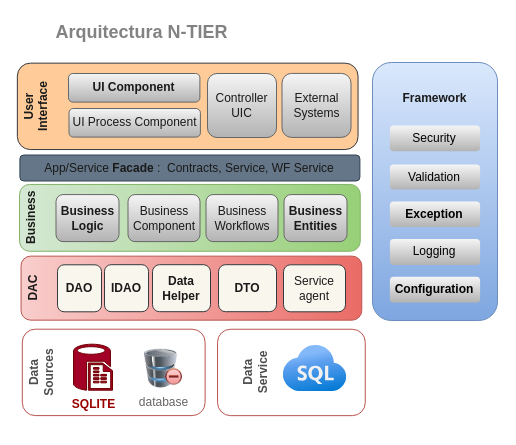
Earlier version of the draw.io diagram Design/DiagramaArq.drawio (JonathanGuaman2004/ExamenSegundoBimestre). Source tidied: cells renumbered, new cells numbered last; positions are measured from the earlier drawing's top-left corner, leaving out a move shared by most shapes. Both pictures are drawn from the tidied source at 100%, with x=0, y=0 at pixel (19, -64).
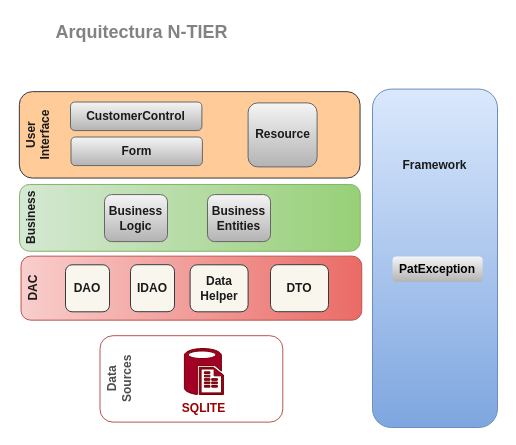
The same diagram, later.

Diff of the diagram source:
```diff
@@
     <mxCell id="3" value="&lt;font color=&quot;#1a1a1a&quot;&gt;&lt;b&gt;DAO&lt;/b&gt;&lt;br&gt;&lt;/font&gt;" style="rounded=1;whiteSpace=wrap;html=1;fillColor=#f9f7ed;strokeColor=#36393d;" parent="1" vertex="1">
-      <mxGeometry x="38" y="328.3" width="44" height="47" as="geometry" />
+      <mxGeometry x="46" y="328.3" width="44" height="47" as="geometry" />
     </mxCell>
@@
     <mxCell id="5" value="&lt;font color=&quot;#1a1a1a&quot;&gt;&lt;b&gt;Data Helper&lt;/b&gt;&lt;br&gt;&lt;/font&gt;" style="rounded=1;whiteSpace=wrap;html=1;fillColor=#f9f7ed;strokeColor=#36393d;" parent="1" vertex="1">
-      <mxGeometry x="133" y="328.2" width="58" height="47" as="geometry" />
+      <mxGeometry x="170.6" y="328.3" width="58" height="47" as="geometry" />
     </mxCell>
-    <mxCell id="6" value="&lt;font color=&quot;#1a1a1a&quot;&gt;Service agent&lt;br&gt;&lt;/font&gt;" style="rounded=1;whiteSpace=wrap;html=1;fillColor=#f9f7ed;strokeColor=#36393d;" parent="1" vertex="1">
-      <mxGeometry x="264" y="328.3" width="62" height="47" as="geometry" />
-    </mxCell>
     <mxCell id="7" value="&lt;font color=&quot;#1a1a1a&quot;&gt;&lt;b&gt;Framework&lt;/b&gt;&lt;br&gt;&lt;br&gt;&lt;br&gt;&lt;br&gt;&lt;br&gt;&lt;br&gt;&lt;br&gt;&lt;br&gt;&lt;br&gt;&lt;br&gt;&lt;br&gt;&lt;br&gt;&lt;br&gt;&lt;br&gt;&lt;/font&gt;" style="rounded=1;whiteSpace=wrap;html=1;fillColor=#dae8fc;strokeColor=#6c8ebf;gradientColor=#7ea6e0;" parent="1" vertex="1">
-      <mxGeometry x="353" y="126" width="125" height="258" as="geometry" />
+      <mxGeometry x="353" y="152.6" width="125" height="338.4" as="geometry" />
     </mxCell>
-    <mxCell id="8" value="&lt;span style=&quot;&quot;&gt;&lt;font color=&quot;#000000&quot;&gt;Validation&lt;/font&gt;&lt;/span&gt;" style="rounded=1;whiteSpace=wrap;html=1;fillColor=#f5f5f5;strokeColor=none;gradientColor=#b3b3b3;" parent="1" vertex="1">
-      <mxGeometry x="370.4" y="228" width="90.2" height="25.1" as="geometry" />
-    </mxCell>
-    <mxCell id="9" value="&lt;span style=&quot;&quot;&gt;&lt;font color=&quot;#000000&quot;&gt;Security&lt;/font&gt;&lt;/span&gt;" style="rounded=1;whiteSpace=wrap;html=1;fillColor=#f5f5f5;strokeColor=none;gradientColor=#b3b3b3;" parent="1" vertex="1">
-      <mxGeometry x="370.4" y="189" width="90.2" height="25.7" as="geometry" />
-    </mxCell>
-    <mxCell id="10" value="&lt;span style=&quot;&quot;&gt;&lt;font color=&quot;#000000&quot;&gt;Logging&lt;/font&gt;&lt;/span&gt;" style="rounded=1;whiteSpace=wrap;html=1;fillColor=#f5f5f5;strokeColor=none;gradientColor=#b3b3b3;" parent="1" vertex="1">
-      <mxGeometry x="370.4" y="302.4" width="90.2" height="26" as="geometry" />
-    </mxCell>
-    <mxCell id="11" value="&lt;span style=&quot;&quot;&gt;&lt;font color=&quot;#000000&quot;&gt;&lt;b&gt;Exception&lt;/b&gt;&lt;/font&gt;&lt;/span&gt;" style="rounded=1;whiteSpace=wrap;html=1;fillColor=#f5f5f5;strokeColor=none;gradientColor=#b3b3b3;" parent="1" vertex="1">
-      <mxGeometry x="370.4" y="265" width="90.2" height="25.6" as="geometry" />
+    <mxCell id="11" value="&lt;span style=&quot;&quot;&gt;&lt;font color=&quot;#000000&quot;&gt;&lt;b&gt;PatException&lt;/b&gt;&lt;/font&gt;&lt;/span&gt;" style="rounded=1;whiteSpace=wrap;html=1;fillColor=#f5f5f5;strokeColor=none;gradientColor=#b3b3b3;" parent="1" vertex="1">
+      <mxGeometry x="373" y="320" width="90.2" height="25.6" as="geometry" />
     </mxCell>
-    <mxCell id="12" value="&lt;div style=&quot;&quot;&gt;&lt;font color=&quot;#000000&quot;&gt;&lt;b&gt;Configuration&lt;/b&gt;&lt;/font&gt;&lt;/div&gt;" style="rounded=1;whiteSpace=wrap;html=1;fillColor=#f5f5f5;strokeColor=none;gradientColor=#b3b3b3;" parent="1" vertex="1">
-      <mxGeometry x="370.4" y="340.2" width="90.2" height="25.8" as="geometry" />
-    </mxCell>
@@
     <mxCell id="14" value="&lt;span style=&quot;color: rgb(26, 26, 26);&quot;&gt;&lt;b&gt;Business Logic&lt;/b&gt;&lt;/span&gt;" style="rounded=1;whiteSpace=wrap;html=1;fillColor=#f5f5f5;strokeColor=#666666;gradientColor=#b3b3b3;" parent="1" vertex="1">
-      <mxGeometry x="36.5" y="258.1" width="63" height="47" as="geometry" />
+      <mxGeometry x="85" y="258.1" width="63" height="47" as="geometry" />
     </mxCell>
     <mxCell id="15" value="&lt;font color=&quot;#1a1a1a&quot;&gt;&lt;b&gt;Business Entities&lt;/b&gt;&lt;/font&gt;" style="rounded=1;whiteSpace=wrap;html=1;fillColor=#f5f5f5;strokeColor=#666666;gradientColor=#b3b3b3;" parent="1" vertex="1">
-      <mxGeometry x="264.5" y="258.1" width="63" height="47" as="geometry" />
+      <mxGeometry x="188" y="258.1" width="63" height="47" as="geometry" />
     </mxCell>
-    <mxCell id="16" value="&lt;font color=&quot;#1a1a1a&quot;&gt;Business Component&lt;/font&gt;" style="rounded=1;whiteSpace=wrap;html=1;fillColor=#f5f5f5;strokeColor=#666666;gradientColor=#b3b3b3;" parent="1" vertex="1">
-      <mxGeometry x="108.5" y="258.1" width="72" height="47" as="geometry" />
-    </mxCell>
-    <mxCell id="17" value="&lt;font color=&quot;#1a1a1a&quot;&gt;Business Workflows&lt;/font&gt;" style="rounded=1;whiteSpace=wrap;html=1;fillColor=#f5f5f5;strokeColor=#666666;gradientColor=#b3b3b3;" parent="1" vertex="1">
-      <mxGeometry x="186.5" y="258.1" width="72" height="47" as="geometry" />
-    </mxCell>
-    <mxCell id="18" value="&lt;font color=&quot;#1a1a1a&quot;&gt;App/Service &lt;b&gt;Facade &lt;/b&gt;:&amp;nbsp; Contracts, Service, WF Service&lt;/font&gt;" style="rounded=1;whiteSpace=wrap;html=1;fillColor=#647687;strokeColor=#314354;fontColor=#ffffff;" parent="1" vertex="1">
-      <mxGeometry x="0.4" y="218.5" width="340" height="26" as="geometry" />
-    </mxCell>
     <mxCell id="19" value="&lt;b style=&quot;&quot;&gt;&lt;font color=&quot;#4d4d4d&quot;&gt;Data&lt;br&gt;Sources&lt;br&gt;&lt;br&gt;&lt;br&gt;&lt;br&gt;&lt;br&gt;&lt;br&gt;&lt;br&gt;&lt;br&gt;&lt;br&gt;&lt;br&gt;&lt;/font&gt;&lt;br&gt;&lt;/b&gt;" style="rounded=1;whiteSpace=wrap;html=1;fillColor=none;strokeColor=#b85450;rotation=-90;gradientColor=#ea6b66;" parent="1" vertex="1">
-      <mxGeometry x="51" y="344.5" width="86.4" height="182.8" as="geometry" />
+      <mxGeometry x="128.7" y="351" width="86.4" height="182.8" as="geometry" />
     </mxCell>
-    <mxCell id="20" value="&lt;b style=&quot;&quot;&gt;&lt;font color=&quot;#4d4d4d&quot;&gt;Data&lt;br&gt;Service&lt;br&gt;&lt;br&gt;&lt;br&gt;&lt;br&gt;&lt;br&gt;&lt;/font&gt;&lt;br&gt;&lt;/b&gt;" style="rounded=1;whiteSpace=wrap;html=1;fillColor=none;strokeColor=#b85450;rotation=-90;gradientColor=#ea6b66;" parent="1" vertex="1">
-      <mxGeometry x="228.7" y="362.1" width="86.4" height="147.7" as="geometry" />
-    </mxCell>
     <mxCell id="21" value="&lt;font color=&quot;#1a1a1a&quot;&gt;&lt;b&gt;User&lt;br&gt;Interface&lt;br&gt;&lt;br&gt;&lt;br&gt;&lt;br&gt;&lt;br&gt;&lt;br&gt;&lt;br&gt;&lt;br&gt;&lt;br&gt;&lt;br&gt;&lt;br&gt;&lt;br&gt;&lt;br&gt;&lt;br&gt;&lt;br&gt;&lt;br&gt;&lt;br&gt;&lt;br&gt;&lt;br&gt;&lt;br&gt;&lt;br&gt;&lt;/b&gt;&lt;br&gt;&lt;/font&gt;" style="rounded=1;whiteSpace=wrap;html=1;fillColor=#ffcc99;strokeColor=#36393d;rotation=-90;" parent="1" vertex="1">
-      <mxGeometry x="125" y="-0.5" width="86.4" height="340.7" as="geometry" />
+      <mxGeometry x="127" y="28" width="86.4" height="340.7" as="geometry" />
     </mxCell>
-    <mxCell id="22" value="&lt;span style=&quot;color: rgb(26, 26, 26);&quot;&gt;UI Process Component&lt;/span&gt;" style="rounded=1;whiteSpace=wrap;html=1;fillColor=#f5f5f5;strokeColor=#666666;gradientColor=#b3b3b3;" parent="1" vertex="1">
-      <mxGeometry x="49.5" y="172" width="131.4" height="28.6" as="geometry" />
+    <mxCell id="22" value="&lt;b style=&quot;border-color: var(--border-color); color: rgb(26, 26, 26);&quot;&gt;Form&lt;/b&gt;" style="rounded=1;whiteSpace=wrap;html=1;fillColor=#f5f5f5;strokeColor=#666666;gradientColor=#b3b3b3;" parent="1" vertex="1">
+      <mxGeometry x="51.5" y="200.5" width="131.4" height="28.6" as="geometry" />
     </mxCell>
-    <mxCell id="23" value="&lt;span style=&quot;color: rgb(26, 26, 26);&quot;&gt;&lt;b&gt;UI Component&lt;/b&gt;&lt;/span&gt;" style="rounded=1;whiteSpace=wrap;html=1;fillColor=#f5f5f5;strokeColor=#666666;gradientColor=#b3b3b3;" parent="1" vertex="1">
-      <mxGeometry x="49" y="137" width="131.4" height="28.6" as="geometry" />
+    <mxCell id="23" value="&lt;span style=&quot;color: rgb(26, 26, 26);&quot;&gt;&lt;b&gt;CustomerControl&lt;/b&gt;&lt;/span&gt;" style="rounded=1;whiteSpace=wrap;html=1;fillColor=#f5f5f5;strokeColor=#666666;gradientColor=#b3b3b3;" parent="1" vertex="1">
+      <mxGeometry x="51" y="165.5" width="131.4" height="28.6" as="geometry" />
     </mxCell>
-    <mxCell id="24" value="&lt;span style=&quot;color: rgb(26, 26, 26);&quot;&gt;Controller&lt;br&gt;UIC&lt;br&gt;&lt;/span&gt;" style="rounded=1;whiteSpace=wrap;html=1;fillColor=#f5f5f5;strokeColor=#666666;gradientColor=#b3b3b3;" parent="1" vertex="1">
-      <mxGeometry x="188" y="137" width="69" height="64" as="geometry" />
+    <mxCell id="24" value="&lt;b style=&quot;border-color: var(--border-color); color: rgb(26, 26, 26);&quot;&gt;Resource&lt;/b&gt;&lt;span style=&quot;color: rgb(26, 26, 26);&quot;&gt;&lt;br&gt;&lt;/span&gt;" style="rounded=1;whiteSpace=wrap;html=1;fillColor=#f5f5f5;strokeColor=#666666;gradientColor=#b3b3b3;" parent="1" vertex="1">
+      <mxGeometry x="228.6" y="166.4" width="69" height="64" as="geometry" />
     </mxCell>
-    <mxCell id="25" value="&lt;span style=&quot;color: rgb(26, 26, 26);&quot;&gt;External&lt;br&gt;Systems&lt;br&gt;&lt;/span&gt;" style="rounded=1;whiteSpace=wrap;html=1;fillColor=#f5f5f5;strokeColor=#666666;gradientColor=#b3b3b3;" parent="1" vertex="1">
-      <mxGeometry x="262.5" y="136.9" width="69" height="64" as="geometry" />
-    </mxCell>
     <mxCell id="26" value="&lt;b&gt;&lt;font color=&quot;#990000&quot;&gt;SQLITE&lt;/font&gt;&lt;/b&gt;" style="verticalLabelPosition=bottom;html=1;verticalAlign=top;align=center;strokeColor=#6F0000;fillColor=#a20025;shape=mxgraph.azure.sql_reporting;fontColor=#ffffff;" parent="1" vertex="1">
-      <mxGeometry x="54" y="407.7" width="39" height="46" as="geometry" />
+      <mxGeometry x="164.9" y="412" width="39" height="46" as="geometry" />
     </mxCell>
-    <mxCell id="27" value="&lt;font color=&quot;#666666&quot;&gt;database&lt;/font&gt;" style="image;html=1;image=img/lib/clip_art/computers/Database_Minus_128x128.png;strokeColor=default;fontColor=#FFFFFF;fillColor=none;" parent="1" vertex="1">
-      <mxGeometry x="125" y="412.4" width="38" height="39.3" as="geometry" />
-    </mxCell>
-    <mxCell id="28" style="html=1;align=center;image;fontSize=12;image=img/lib/azure2/databases/Azure_SQL.svg;strokeColor=default;fontColor=#FFFFFF;fillColor=none;" parent="1" vertex="1">
-      <mxGeometry x="263.5" y="409.1" width="64" height="46" as="geometry" />
-    </mxCell>
     <mxCell id="29" value="&lt;font color=&quot;#1a1a1a&quot;&gt;&lt;b&gt;DTO&lt;/b&gt;&lt;br&gt;&lt;/font&gt;" style="rounded=1;whiteSpace=wrap;html=1;fillColor=#f9f7ed;strokeColor=#36393d;" parent="1" vertex="1">
-      <mxGeometry x="199" y="328.2" width="58" height="47" as="geometry" />
+      <mxGeometry x="251" y="328.2" width="58" height="47" as="geometry" />
     </mxCell>
     <mxCell id="30" value="&lt;font color=&quot;#1a1a1a&quot;&gt;&lt;b&gt;IDAO&lt;/b&gt;&lt;br&gt;&lt;/font&gt;" style="rounded=1;whiteSpace=wrap;html=1;fillColor=#f9f7ed;strokeColor=#36393d;" parent="1" vertex="1">
-      <mxGeometry x="85" y="328.2" width="44" height="47" as="geometry" />
+      <mxGeometry x="111" y="328.2" width="44" height="47" as="geometry" />
     </mxCell>
```
